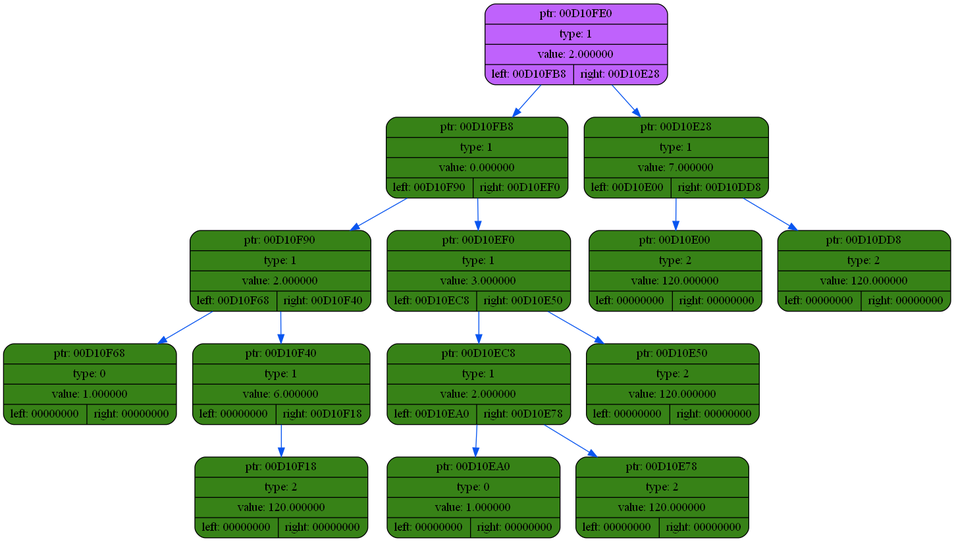
coffee8cat/differentiator keeps this Graphviz diagram as dump/dump2.png. Above is the earlier version. Its source is kept beside it as dump/dump2.dot.
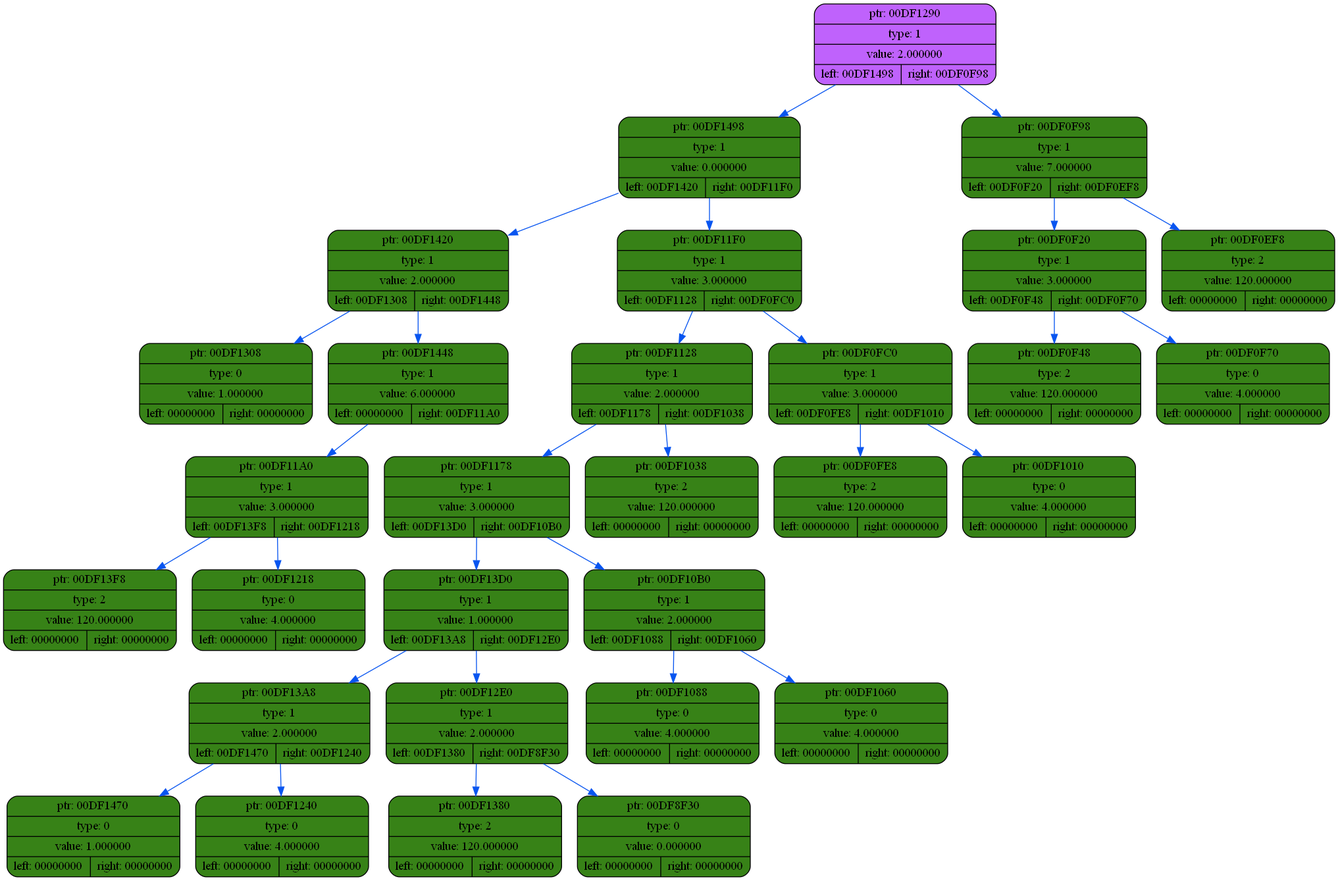
The same diagram one commit later.

Change to the diagram source:
```diff
@@ -2,31 +2,63 @@
 {
     rankdir=TP
 
-        node00D10FE0[shape=record,style="rounded,filled",fillcolor="#BF62FC",label="{ ptr: 00D10FE0 | type: 1 | value: 2.000000| { left: 00D10FB8 | right: 00D10E28 }}"];
-    node00D10FE0 -> node00D10FB8[color="#0855F0"]
-    node00D10FB8[shape=record,style="rounded,filled",fillcolor="#378217",label="{ ptr: 00D10FB8 | type: 1 | value: 0.000000| { left: 00D10F90 | right: 00D10EF0 }}"];
-    node00D10FB8 -> node00D10F90[color="#0855F0"]
-    node00D10F90[shape=record,style="rounded,filled",fillcolor="#378217",label="{ ptr: 00D10F90 | type: 1 | value: 2.000000| { left: 00D10F68 | right: 00D10F40 }}"];
-    node00D10F90 -> node00D10F68[color="#0855F0"]
-    node00D10F68[shape=record,style="rounded,filled",fillcolor="#378217",label="{ ptr: 00D10F68 | type: 0 | value: 1.000000| { left: 00000000 | right: 00000000 }}"];
-    node00D10F90 -> node00D10F40[color="#0855F0"]
-    node00D10F40[shape=record,style="rounded,filled",fillcolor="#378217",label="{ ptr: 00D10F40 | type: 1 | value: 6.000000| { left: 00000000 | right: 00D10F18 }}"];
-    node00D10F40 -> node00D10F18[color="#0855F0"]
-    node00D10F18[shape=record,style="rounded,filled",fillcolor="#378217",label="{ ptr: 00D10F18 | type: 2 | value: 120.000000| { left: 00000000 | right: 00000000 }}"];
-    node00D10FB8 -> node00D10EF0[color="#0855F0"]
-    node00D10EF0[shape=record,style="rounded,filled",fillcolor="#378217",label="{ ptr: 00D10EF0 | type: 1 | value: 3.000000| { left: 00D10EC8 | right: 00D10E50 }}"];
-    node00D10EF0 -> node00D10EC8[color="#0855F0"]
-    node00D10EC8[shape=record,style="rounded,filled",fillcolor="#378217",label="{ ptr: 00D10EC8 | type: 1 | value: 2.000000| { left: 00D10EA0 | right: 00D10E78 }}"];
-    node00D10EC8 -> node00D10EA0[color="#0855F0"]
-    node00D10EA0[shape=record,style="rounded,filled",fillcolor="#378217",label="{ ptr: 00D10EA0 | type: 0 | value: 1.000000| { left: 00000000 | right: 00000000 }}"];
-    node00D10EC8 -> node00D10E78[color="#0855F0"]
-    node00D10E78[shape=record,style="rounded,filled",fillcolor="#378217",label="{ ptr: 00D10E78 | type: 2 | value: 120.000000| { left: 00000000 | right: 00000000 }}"];
-    node00D10EF0 -> node00D10E50[color="#0855F0"]
-    node00D10E50[shape=record,style="rounded,filled",fillcolor="#378217",label="{ ptr: 00D10E50 | type: 2 | value: 120.000000| { left: 00000000 | right: 00000000 }}"];
-    node00D10FE0 -> node00D10E28[color="#0855F0"]
-    node00D10E28[shape=record,style="rounded,filled",fillcolor="#378217",label="{ ptr: 00D10E28 | type: 1 | value: 7.000000| { left: 00D10E00 | right: 00D10DD8 }}"];
-    node00D10E28 -> node00D10E00[color="#0855F0"]
-    node00D10E00[shape=record,style="rounded,filled",fillcolor="#378217",label="{ ptr: 00D10E00 | type: 2 | value: 120.000000| { left: 00000000 | right: 00000000 }}"];
-    node00D10E28 -> node00D10DD8[color="#0855F0"]
-    node00D10DD8[shape=record,style="rounded,filled",fillcolor="#378217",label="{ ptr: 00D10DD8 | type: 2 | value: 120.000000| { left: 00000000 | right: 00000000 }}"];
+        node00DF1290[shape=record,style="rounded,filled",fillcolor="#BF62FC",label="{ ptr: 00DF1290 | type: 1 | value: 2.000000| { left: 00DF1498 | right: 00DF0F98 }}"];
+    node00DF1290 -> node00DF1498[color="#0855F0"]
+    node00DF1498[shape=record,style="rounded,filled",fillcolor="#378217",label="{ ptr: 00DF1498 | type: 1 | value: 0.000000| { left: 00DF1420 | right: 00DF11F0 }}"];
+    node00DF1498 -> node00DF1420[color="#0855F0"]
+    node00DF1420[shape=record,style="rounded,filled",fillcolor="#378217",label="{ ptr: 00DF1420 | type: 1 | value: 2.000000| { left: 00DF1308 | right: 00DF1448 }}"];
+    node00DF1420 -> node00DF1308[color="#0855F0"]
+    node00DF1308[shape=record,style="rounded,filled",fillcolor="#378217",label="{ ptr: 00DF1308 | type: 0 | value: 1.000000| { left: 00000000 | right: 00000000 }}"];
+    node00DF1420 -> node00DF1448[color="#0855F0"]
+    node00DF1448[shape=record,style="rounded,filled",fillcolor="#378217",label="{ ptr: 00DF1448 | type: 1 | value: 6.000000| { left: 00000000 | right: 00DF11A0 }}"];
+    node00DF1448 -> node00DF11A0[color="#0855F0"]
+    node00DF11A0[shape=record,style="rounded,filled",fillcolor="#378217",label="{ ptr: 00DF11A0 | type: 1 | value: 3.000000| { left: 00DF13F8 | right: 00DF1218 }}"];
+    node00DF11A0 -> node00DF13F8[color="#0855F0"]
+    node00DF13F8[shape=record,style="rounded,filled",fillcolor="#378217",label="{ ptr: 00DF13F8 | type: 2 | value: 120.000000| { left: 00000000 | right: 00000000 }}"];
+    node00DF11A0 -> node00DF1218[color="#0855F0"]
+    node00DF1218[shape=record,style="rounded,filled",fillcolor="#378217",label="{ ptr: 00DF1218 | type: 0 | value: 4.000000| { left: 00000000 | right: 00000000 }}"];
+    node00DF1498 -> node00DF11F0[color="#0855F0"]
+    node00DF11F0[shape=record,style="rounded,filled",fillcolor="#378217",label="{ ptr: 00DF11F0 | type: 1 | value: 3.000000| { left: 00DF1128 | right: 00DF0FC0 }}"];
+    node00DF11F0 -> node00DF1128[color="#0855F0"]
+    node00DF1128[shape=record,style="rounded,filled",fillcolor="#378217",label="{ ptr: 00DF1128 | type: 1 | value: 2.000000| { left: 00DF1178 | right: 00DF1038 }}"];
+    node00DF1128 -> node00DF1178[color="#0855F0"]
+    node00DF1178[shape=record,style="rounded,filled",fillcolor="#378217",label="{ ptr: 00DF1178 | type: 1 | value: 3.000000| { left: 00DF13D0 | right: 00DF10B0 }}"];
+    node00DF1178 -> node00DF13D0[color="#0855F0"]
+    node00DF13D0[shape=record,style="rounded,filled",fillcolor="#378217",label="{ ptr: 00DF13D0 | type: 1 | value: 1.000000| { left: 00DF13A8 | right: 00DF12E0 }}"];
+    node00DF13D0 -> node00DF13A8[color="#0855F0"]
+    node00DF13A8[shape=record,style="rounded,filled",fillcolor="#378217",label="{ ptr: 00DF13A8 | type: 1 | value: 2.000000| { left: 00DF1470 | right: 00DF1240 }}"];
+    node00DF13A8 -> node00DF1470[color="#0855F0"]
+    node00DF1470[shape=record,style="rounded,filled",fillcolor="#378217",label="{ ptr: 00DF1470 | type: 0 | value: 1.000000| { left: 00000000 | right: 00000000 }}"];
+    node00DF13A8 -> node00DF1240[color="#0855F0"]
+    node00DF1240[shape=record,style="rounded,filled",fillcolor="#378217",label="{ ptr: 00DF1240 | type: 0 | value: 4.000000| { left: 00000000 | right: 00000000 }}"];
+    node00DF13D0 -> node00DF12E0[color="#0855F0"]
+    node00DF12E0[shape=record,style="rounded,filled",fillcolor="#378217",label="{ ptr: 00DF12E0 | type: 1 | value: 2.000000| { left: 00DF1380 | right: 00DF8F30 }}"];
+    node00DF12E0 -> node00DF1380[color="#0855F0"]
+    node00DF1380[shape=record,style="rounded,filled",fillcolor="#378217",label="{ ptr: 00DF1380 | type: 2 | value: 120.000000| { left: 00000000 | right: 00000000 }}"];
+    node00DF12E0 -> node00DF8F30[color="#0855F0"]
+    node00DF8F30[shape=record,style="rounded,filled",fillcolor="#378217",label="{ ptr: 00DF8F30 | type: 0 | value: 0.000000| { left: 00000000 | right: 00000000 }}"];
+    node00DF1178 -> node00DF10B0[color="#0855F0"]
+    node00DF10B0[shape=record,style="rounded,filled",fillcolor="#378217",label="{ ptr: 00DF10B0 | type: 1 | value: 2.000000| { left: 00DF1088 | right: 00DF1060 }}"];
+    node00DF10B0 -> node00DF1088[color="#0855F0"]
+    node00DF1088[shape=record,style="rounded,filled",fillcolor="#378217",label="{ ptr: 00DF1088 | type: 0 | value: 4.000000| { left: 00000000 | right: 00000000 }}"];
+    node00DF10B0 -> node00DF1060[color="#0855F0"]
+    node00DF1060[shape=record,style="rounded,filled",fillcolor="#378217",label="{ ptr: 00DF1060 | type: 0 | value: 4.000000| { left: 00000000 | right: 00000000 }}"];
+    node00DF1128 -> node00DF1038[color="#0855F0"]
+    node00DF1038[shape=record,style="rounded,filled",fillcolor="#378217",label="{ ptr: 00DF1038 | type: 2 | value: 120.000000| { left: 00000000 | right: 00000000 }}"];
+    node00DF11F0 -> node00DF0FC0[color="#0855F0"]
+    node00DF0FC0[shape=record,style="rounded,filled",fillcolor="#378217",label="{ ptr: 00DF0FC0 | type: 1 | value: 3.000000| { left: 00DF0FE8 | right: 00DF1010 }}"];
+    node00DF0FC0 -> node00DF0FE8[color="#0855F0"]
+    node00DF0FE8[shape=record,style="rounded,filled",fillcolor="#378217",label="{ ptr: 00DF0FE8 | type: 2 | value: 120.000000| { left: 00000000 | right: 00000000 }}"];
+    node00DF0FC0 -> node00DF1010[color="#0855F0"]
+    node00DF1010[shape=record,style="rounded,filled",fillcolor="#378217",label="{ ptr: 00DF1010 | type: 0 | value: 4.000000| { left: 00000000 | right: 00000000 }}"];
+    node00DF1290 -> node00DF0F98[color="#0855F0"]
+    node00DF0F98[shape=record,style="rounded,filled",fillcolor="#378217",label="{ ptr: 00DF0F98 | type: 1 | value: 7.000000| { left: 00DF0F20 | right: 00DF0EF8 }}"];
+    node00DF0F98 -> node00DF0F20[color="#0855F0"]
+    node00DF0F20[shape=record,style="rounded,filled",fillcolor="#378217",label="{ ptr: 00DF0F20 | type: 1 | value: 3.000000| { left: 00DF0F48 | right: 00DF0F70 }}"];
+    node00DF0F20 -> node00DF0F48[color="#0855F0"]
+    node00DF0F48[shape=record,style="rounded,filled",fillcolor="#378217",label="{ ptr: 00DF0F48 | type: 2 | value: 120.000000| { left: 00000000 | right: 00000000 }}"];
+    node00DF0F20 -> node00DF0F70[color="#0855F0"]
+    node00DF0F70[shape=record,style="rounded,filled",fillcolor="#378217",label="{ ptr: 00DF0F70 | type: 0 | value: 4.000000| { left: 00000000 | right: 00000000 }}"];
+    node00DF0F98 -> node00DF0EF8[color="#0855F0"]
+    node00DF0EF8[shape=record,style="rounded,filled",fillcolor="#378217",label="{ ptr: 00DF0EF8 | type: 2 | value: 120.000000| { left: 00000000 | right: 00000000 }}"];
 }
```
